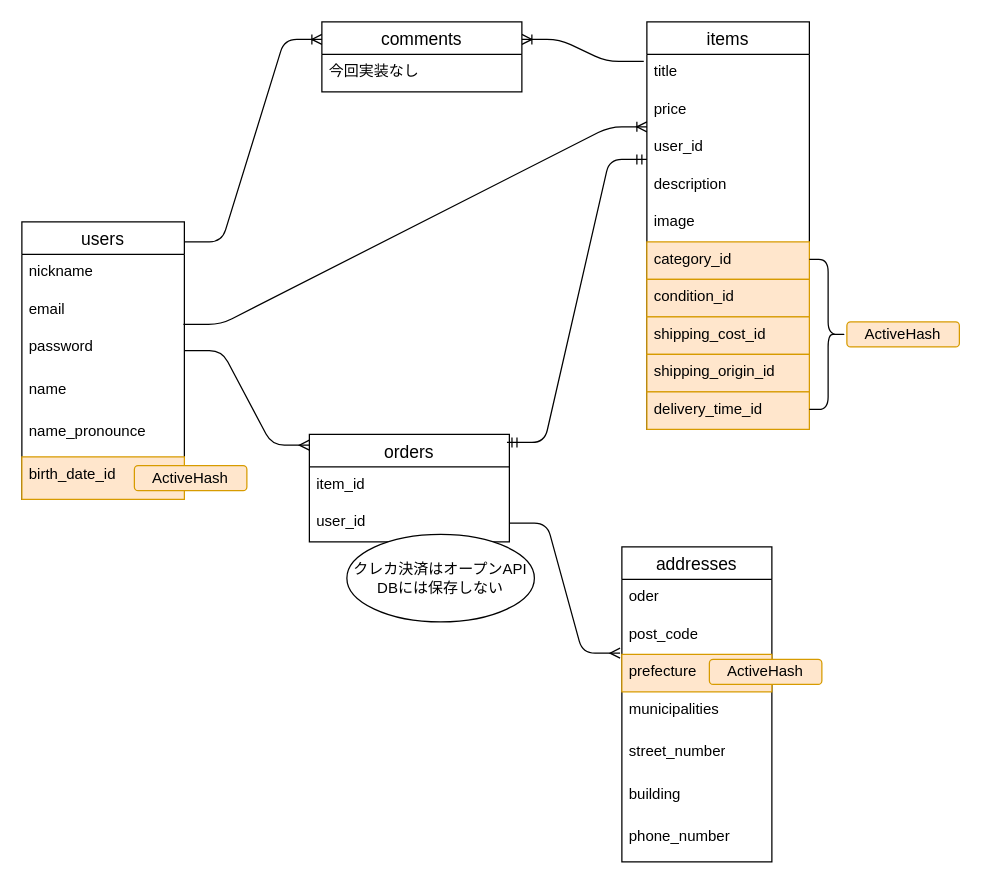
Above: furimaER.dio in Tsugumi0424/furima-42277 (draw.io), before the change. Source tidied: cells renumbered, new cells numbered last; positions are measured from the earlier drawing's top-left corner, leaving out a move shared by most shapes. Both pictures are drawn from the tidied source at 125%, with x=0, y=0 at pixel (21, 21).
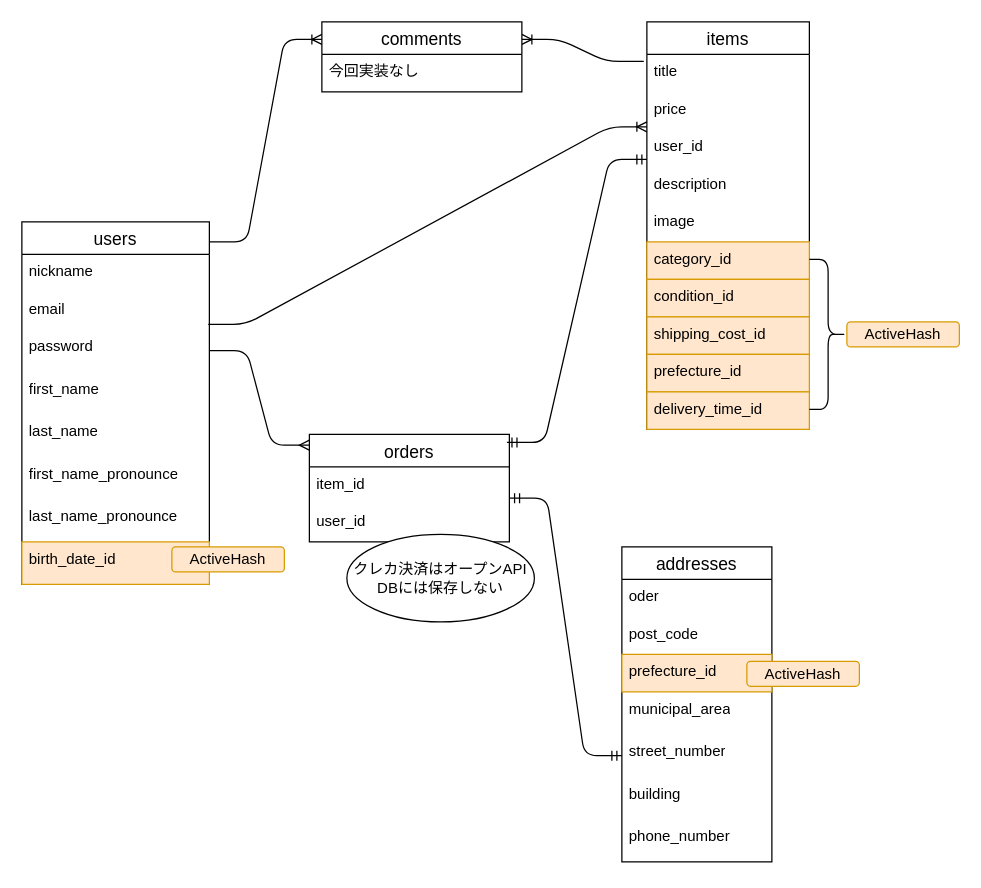
After the change.

Commit message (it also covers changes not shown here):
データベース設計(修正2)

The change refers to these unchanged cells:
```xml
<mxCell id="9" value="items" style="swimlane;fontStyle=0;horizontal=1;startSize=26;align=center;fontSize=14;" parent="1" vertex="1">
  <mxGeometry x="500" width="130" height="326" as="geometry" />
</mxCell>
<mxCell id="22" value="comments" style="swimlane;fontStyle=0;horizontal=1;startSize=26;align=center;fontSize=14;" parent="1" vertex="1">
  <mxGeometry x="240" width="160" height="56" as="geometry" />
</mxCell>
<mxCell id="26" value="item_id" style="text;strokeColor=none;fillColor=none;spacingLeft=4;spacingRight=4;overflow=hidden;points=[[0,0.5],[1,0.5]];portConstraint=eastwest;fontSize=12;whiteSpace=wrap;html=1;" parent="25" vertex="1">
  <mxGeometry y="26" width="160" height="30" as="geometry" />
</mxCell>
<mxCell id="27" value="user_id" style="text;strokeColor=none;fillColor=none;spacingLeft=4;spacingRight=4;overflow=hidden;points=[[0,0.5],[1,0.5]];portConstraint=eastwest;fontSize=12;whiteSpace=wrap;html=1;" parent="25" vertex="1">
  <mxGeometry y="56" width="160" height="30" as="geometry" />
</mxCell>
<mxCell id="29" value="addresses" style="swimlane;fontStyle=0;horizontal=1;startSize=26;align=center;fontSize=14;" parent="1" vertex="1">
  <mxGeometry x="480" y="420" width="120" height="252" as="geometry" />
</mxCell>
<mxCell id="31" value="post_code" style="text;strokeColor=none;fillColor=none;spacingLeft=4;spacingRight=4;overflow=hidden;points=[[0,0.5],[1,0.5]];portConstraint=eastwest;fontSize=12;whiteSpace=wrap;html=1;" parent="29" vertex="1">
  <mxGeometry y="56" width="120" height="30" as="geometry" />
</mxCell>
<mxCell id="34" value="street_number" style="text;strokeColor=none;fillColor=none;spacingLeft=4;spacingRight=4;overflow=hidden;points=[[0,0.5],[1,0.5]];portConstraint=eastwest;fontSize=12;whiteSpace=wrap;html=1;" parent="29" vertex="1">
  <mxGeometry y="150" width="120" height="34" as="geometry" />
</mxCell>
```

The edit, as a diff of the source:
```diff
@@
     <mxCell id="2" value="users" style="swimlane;fontStyle=0;horizontal=1;startSize=26;align=center;fontSize=14;" parent="1" vertex="1">
-      <mxGeometry y="160" width="130" height="222" as="geometry" />
+      <mxGeometry y="160" width="150" height="290" as="geometry" />
     </mxCell>
     <mxCell id="3" value="nickname" style="text;strokeColor=none;fillColor=none;spacingLeft=4;spacingRight=4;overflow=hidden;fontSize=12;whiteSpace=wrap;html=1;" parent="2" vertex="1">
-      <mxGeometry y="26" width="130" height="30" as="geometry" />
+      <mxGeometry y="26" width="150" height="30" as="geometry" />
     </mxCell>
     <mxCell id="4" value="email" style="text;strokeColor=none;fillColor=none;spacingLeft=4;spacingRight=4;overflow=hidden;fontSize=12;whiteSpace=wrap;html=1;" parent="2" vertex="1">
-      <mxGeometry y="56" width="130" height="30" as="geometry" />
+      <mxGeometry y="56" width="150" height="30" as="geometry" />
     </mxCell>
     <mxCell id="5" value="password" style="text;strokeColor=none;fillColor=none;spacingLeft=4;spacingRight=4;overflow=hidden;points=[[0,0.5],[1,0.5]];portConstraint=eastwest;fontSize=12;whiteSpace=wrap;html=1;" parent="2" vertex="1">
-      <mxGeometry y="86" width="130" height="34" as="geometry" />
+      <mxGeometry y="86" width="150" height="34" as="geometry" />
     </mxCell>
-    <mxCell id="6" value="name" style="text;strokeColor=none;fillColor=none;spacingLeft=4;spacingRight=4;overflow=hidden;fontSize=12;whiteSpace=wrap;html=1;" parent="2" vertex="1">
-      <mxGeometry y="120" width="130" height="34" as="geometry" />
+    <mxCell id="6" value="first_name" style="text;strokeColor=none;fillColor=none;spacingLeft=4;spacingRight=4;overflow=hidden;fontSize=12;whiteSpace=wrap;html=1;" parent="2" vertex="1">
+      <mxGeometry y="120" width="150" height="34" as="geometry" />
     </mxCell>
+    <mxCell id="44" value="last_name" style="text;strokeColor=none;fillColor=none;spacingLeft=4;spacingRight=4;overflow=hidden;fontSize=12;whiteSpace=wrap;html=1;" parent="2" vertex="1">
+      <mxGeometry y="154" width="150" height="34" as="geometry" />
+    </mxCell>
-    <mxCell id="7" value="name_pronounce" style="text;strokeColor=none;fillColor=none;spacingLeft=4;spacingRight=4;overflow=hidden;fontSize=12;whiteSpace=wrap;html=1;" parent="2" vertex="1">
-      <mxGeometry y="154" width="130" height="34" as="geometry" />
+    <mxCell id="7" value="first_name_pronounce" style="text;strokeColor=none;fillColor=none;spacingLeft=4;spacingRight=4;overflow=hidden;fontSize=12;whiteSpace=wrap;html=1;" parent="2" vertex="1">
+      <mxGeometry y="188" width="150" height="34" as="geometry" />
     </mxCell>
+    <mxCell id="45" value="last_name_pronounce" style="text;strokeColor=none;fillColor=none;spacingLeft=4;spacingRight=4;overflow=hidden;fontSize=12;whiteSpace=wrap;html=1;" parent="2" vertex="1">
+      <mxGeometry y="222" width="150" height="34" as="geometry" />
+    </mxCell>
     <mxCell id="8" value="birth_date_id" style="text;strokeColor=#d79b00;fillColor=#ffe6cc;spacingLeft=4;spacingRight=4;overflow=hidden;fontSize=12;whiteSpace=wrap;html=1;" parent="2" vertex="1">
-      <mxGeometry y="188" width="130" height="34" as="geometry" />
+      <mxGeometry y="256" width="150" height="34" as="geometry" />
     </mxCell>
@@
-    <mxCell id="18" value="shipping_origin_id" style="text;strokeColor=#d79b00;fillColor=#ffe6cc;spacingLeft=4;spacingRight=4;overflow=hidden;fontSize=12;whiteSpace=wrap;html=1;" parent="9" vertex="1">
+    <mxCell id="18" value="prefecture_id" style="text;strokeColor=#d79b00;fillColor=#ffe6cc;spacingLeft=4;spacingRight=4;overflow=hidden;fontSize=12;whiteSpace=wrap;html=1;" parent="9" vertex="1">
       <mxGeometry y="266" width="130" height="30" as="geometry" />
     </mxCell>
@@
     <mxCell id="24" style="edgeStyle=entityRelationEdgeStyle;fontSize=12;html=1;endArrow=ERoneToMany;entryX=0;entryY=0.25;entryDx=0;entryDy=0;" parent="1" edge="1" target="22">
       <mxGeometry relative="1" as="geometry">
-        <mxPoint x="130" y="176" as="sourcePoint" />
+        <mxPoint x="150" y="176" as="sourcePoint" />
       </mxGeometry>
     </mxCell>
@@
-    <mxCell id="32" value="prefecture" style="text;strokeColor=#d79b00;fillColor=#ffe6cc;spacingLeft=4;spacingRight=4;overflow=hidden;fontSize=12;whiteSpace=wrap;html=1;" parent="29" vertex="1">
+    <mxCell id="32" value="prefecture_id" style="text;strokeColor=#d79b00;fillColor=#ffe6cc;spacingLeft=4;spacingRight=4;overflow=hidden;fontSize=12;whiteSpace=wrap;html=1;" parent="29" vertex="1">
       <mxGeometry y="86" width="120" height="30" as="geometry" />
     </mxCell>
-    <mxCell id="33" value="municipalities" style="text;strokeColor=none;fillColor=none;spacingLeft=4;spacingRight=4;overflow=hidden;fontSize=12;whiteSpace=wrap;html=1;" parent="29" vertex="1">
+    <mxCell id="33" value="municipal_area" style="text;strokeColor=none;fillColor=none;spacingLeft=4;spacingRight=4;overflow=hidden;fontSize=12;whiteSpace=wrap;html=1;" parent="29" vertex="1">
       <mxGeometry y="116" width="120" height="34" as="geometry" />
     </mxCell>
@@
-    <mxCell id="37" style="edgeStyle=entityRelationEdgeStyle;fontSize=12;html=1;endArrow=ERmany;exitX=1;exitY=0.5;exitDx=0;exitDy=0;entryX=-0.012;entryY=0.967;entryDx=0;entryDy=0;entryPerimeter=0;" parent="1" edge="1" source="27" target="31">
-      <mxGeometry relative="1" as="geometry" />
-    </mxCell>
@@
     <mxCell id="40" value="&lt;span style=&quot;color: rgb(0, 0, 0); font-family: Helvetica; font-style: normal; font-variant-ligatures: normal; font-variant-caps: normal; font-weight: 400; letter-spacing: normal; orphans: 2; text-align: center; text-indent: 0px; text-transform: none; widows: 2; word-spacing: 0px; -webkit-text-stroke-width: 0px; white-space: normal; text-decoration-thickness: initial; text-decoration-style: initial; text-decoration-color: initial; float: none; display: inline !important;&quot;&gt;&lt;font style=&quot;&quot;&gt;ActiveHash&lt;/font&gt;&lt;/span&gt;" style="rounded=1;whiteSpace=wrap;html=1;fillColor=#ffe6cc;strokeColor=#d79b00;" parent="1" vertex="1">
-      <mxGeometry x="90" y="355" width="90" height="20" as="geometry" />
+      <mxGeometry x="120" y="420" width="90" height="20" as="geometry" />
     </mxCell>
@@
     <mxCell id="43" value="&lt;span style=&quot;color: rgb(0, 0, 0); font-family: Helvetica; font-style: normal; font-variant-ligatures: normal; font-variant-caps: normal; font-weight: 400; letter-spacing: normal; orphans: 2; text-align: center; text-indent: 0px; text-transform: none; widows: 2; word-spacing: 0px; -webkit-text-stroke-width: 0px; white-space: normal; text-decoration-thickness: initial; text-decoration-style: initial; text-decoration-color: initial; float: none; display: inline !important;&quot;&gt;&lt;font style=&quot;&quot;&gt;ActiveHash&lt;/font&gt;&lt;/span&gt;" style="rounded=1;whiteSpace=wrap;html=1;fillColor=#ffe6cc;strokeColor=#d79b00;" parent="1" vertex="1">
-      <mxGeometry x="550" y="510" width="90" height="20" as="geometry" />
+      <mxGeometry x="580" y="511.5" width="90" height="20" as="geometry" />
     </mxCell>
+    <mxCell id="46" style="edgeStyle=entityRelationEdgeStyle;fontSize=12;html=1;endArrow=ERmandOne;startArrow=ERmandOne;entryX=0;entryY=0.5;entryDx=0;entryDy=0;exitX=1.001;exitY=0.835;exitDx=0;exitDy=0;exitPerimeter=0;" parent="1" edge="1" source="26" target="34">
+      <mxGeometry relative="1" as="geometry">
+        <Array as="points">
+          <mxPoint x="410" y="380" />
+        </Array>
+      </mxGeometry>
+    </mxCell>
```
